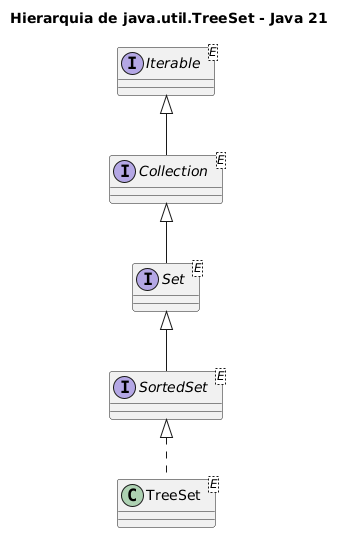
Earlier version of the PlantUML export subjects/poo/images/11-treeset-main.png (fabriciosantana/idp-marp-slides). Its diagram source:
```plantuml
@startuml
title Hierarquia de java.util.TreeSet - Java 21

interface Iterable<E>
interface Collection<E>
interface Set<E>
interface SortedSet<E>

class TreeSet<E>

Iterable <|-- Collection
Collection <|-- Set
Set <|-- SortedSet
SortedSet <|.. TreeSet

@enduml
```
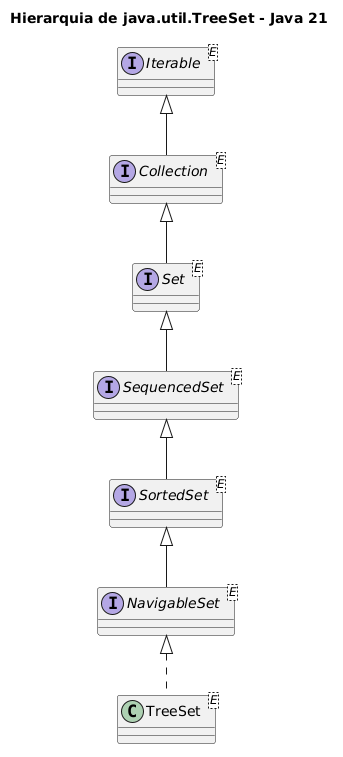
The same file after the commit.

The edit, as a diff of the source:
```diff
@@ -4,13 +4,17 @@
 interface Iterable<E>
 interface Collection<E>
 interface Set<E>
+interface SequencedSet<E>
 interface SortedSet<E>
+interface NavigableSet<E>
 
 class TreeSet<E>
 
 Iterable <|-- Collection
 Collection <|-- Set
-Set <|-- SortedSet
-SortedSet <|.. TreeSet
+Set <|-- SequencedSet
+SequencedSet <|-- SortedSet
+SortedSet <|-- NavigableSet
+NavigableSet <|.. TreeSet
 
 @enduml
```
